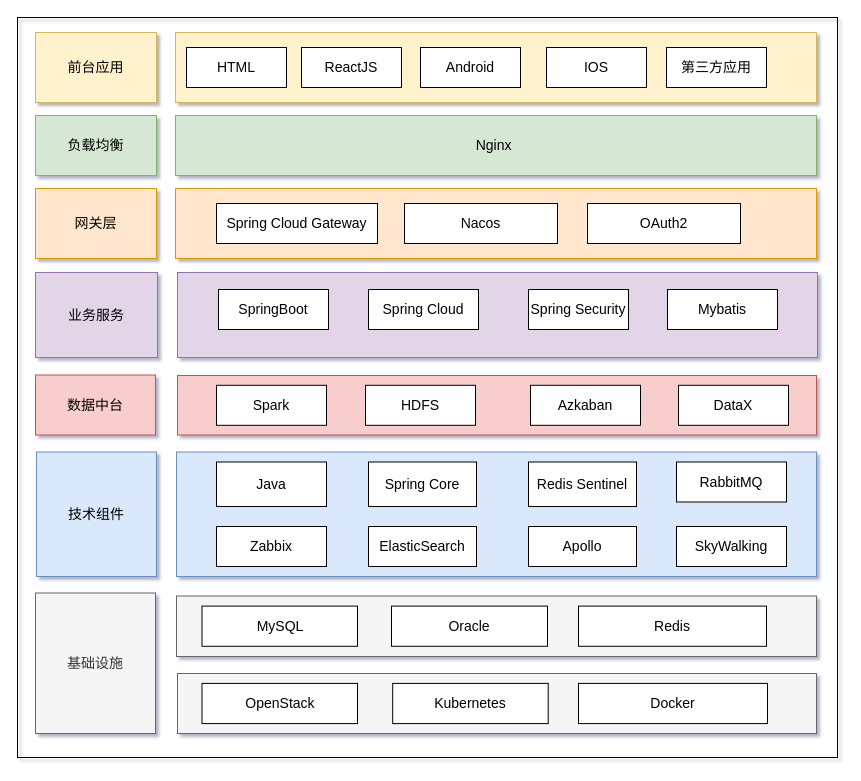
Above: 阿拉丁总体技术架构.drawio in huyunzhen/diagrams (draw.io), before the change. Source tidied: cells renumbered, new cells numbered last; positions are measured from the earlier drawing's top-left corner, leaving out a move shared by most shapes. Both pictures are drawn from the tidied source at 100%, with x=0, y=0 at pixel (17, 17).
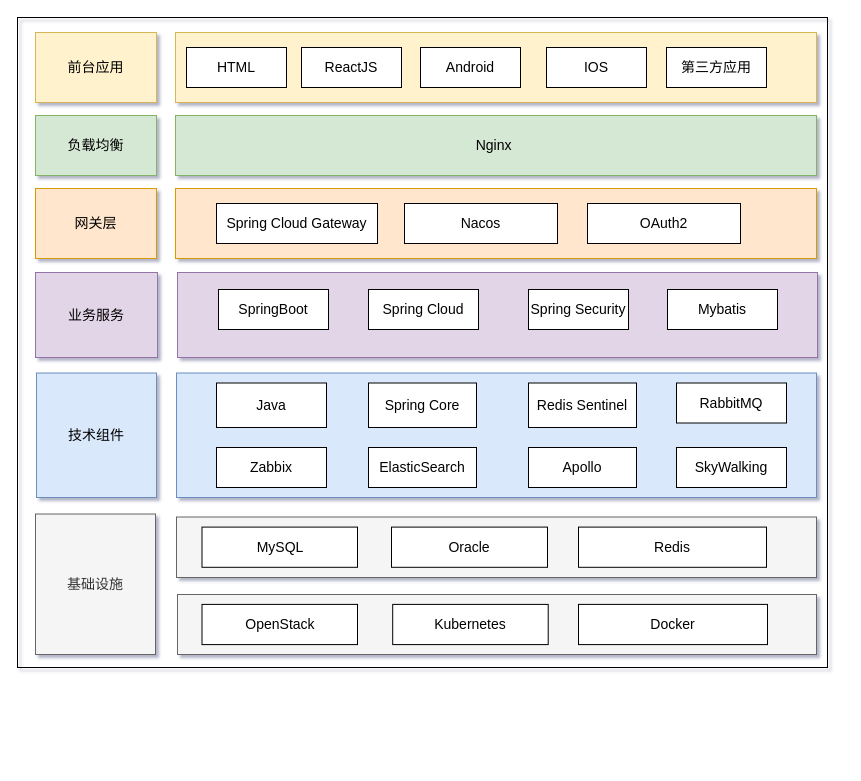
Above is the later version.

Commit message:
更新阿拉丁总体技术架构.drawio

Diff of the diagram source:
```diff
@@
     <mxCell id="2" style="rounded=0;whiteSpace=wrap;html=1;sketch=0;fontSize=13;labelBorderColor=none;fontColor=none;noLabel=1;fillColor=none;" parent="1" vertex="1">
-      <mxGeometry width="820" height="740" as="geometry" />
+      <mxGeometry width="810" height="650" as="geometry" />
     </mxCell>
     <mxCell id="3" value="技术组件" style="rounded=0;whiteSpace=wrap;html=1;fontSize=14;fillColor=#dae8fc;strokeColor=#6c8ebf;" parent="1" vertex="1">
-      <mxGeometry x="19" y="434.5" width="120" height="124.5" as="geometry" />
+      <mxGeometry x="19" y="355.5" width="120" height="124.5" as="geometry" />
     </mxCell>
     <mxCell id="4" style="rounded=0;whiteSpace=wrap;html=1;fontSize=14;fillColor=#dae8fc;strokeColor=#6c8ebf;" parent="1" vertex="1">
-      <mxGeometry x="159" y="434.5" width="640" height="124.5" as="geometry" />
+      <mxGeometry x="159" y="355.5" width="640" height="124.5" as="geometry" />
     </mxCell>
     <mxCell id="5" value="基础设施" style="rounded=0;whiteSpace=wrap;html=1;fontSize=14;fillColor=#f5f5f5;fontColor=#333333;strokeColor=#666666;" parent="1" vertex="1">
-      <mxGeometry x="18" y="575.5" width="120" height="140.5" as="geometry" />
+      <mxGeometry x="18" y="496.5" width="120" height="140.5" as="geometry" />
     </mxCell>
     <mxCell id="6" style="rounded=0;whiteSpace=wrap;html=1;fontSize=14;fillColor=#f5f5f5;strokeColor=#666666;fontColor=#333333;" parent="1" vertex="1">
-      <mxGeometry x="159" y="578.5" width="640" height="60.5" as="geometry" />
+      <mxGeometry x="159" y="499.5" width="640" height="60.5" as="geometry" />
     </mxCell>
@@
-    <mxCell id="10" style="rounded=0;whiteSpace=wrap;html=1;fontSize=14;fillColor=#f8cecc;strokeColor=#b85450;" parent="1" vertex="1">
-      <mxGeometry x="160" y="358" width="639" height="59.5" as="geometry" />
-    </mxCell>
@@
-    <mxCell id="21" value="数据中台" style="rounded=0;whiteSpace=wrap;html=1;fontSize=14;fillColor=#f8cecc;strokeColor=#b85450;" parent="1" vertex="1">
-      <mxGeometry x="18" y="357.5" width="120" height="60" as="geometry" />
-    </mxCell>
     <mxCell id="22" style="rounded=0;whiteSpace=wrap;html=1;fontFamily=Helvetica;fontSize=14;fillColor=#f5f5f5;strokeColor=#666666;fontColor=#333333;" parent="1" vertex="1">
-      <mxGeometry x="160" y="656" width="639" height="60" as="geometry" />
+      <mxGeometry x="160" y="577" width="639" height="60" as="geometry" />
     </mxCell>
@@
     <mxCell id="27" value="Java" style="rounded=0;whiteSpace=wrap;html=1;fontFamily=Helvetica;fontSize=14;" parent="1" vertex="1">
-      <mxGeometry x="199" y="444.5" width="110" height="44.5" as="geometry" />
+      <mxGeometry x="199" y="365.5" width="110" height="44.5" as="geometry" />
     </mxCell>
     <mxCell id="28" value="Spring Core" style="rounded=0;whiteSpace=wrap;html=1;fontFamily=Helvetica;fontSize=14;" parent="1" vertex="1">
-      <mxGeometry x="351" y="444.5" width="108" height="44.5" as="geometry" />
+      <mxGeometry x="351" y="365.5" width="108" height="44.5" as="geometry" />
     </mxCell>
     <mxCell id="29" value="RabbitMQ" style="rounded=0;whiteSpace=wrap;html=1;fontFamily=Helvetica;fontSize=14;" parent="1" vertex="1">
-      <mxGeometry x="659" y="444.5" width="110" height="40" as="geometry" />
+      <mxGeometry x="659" y="365.5" width="110" height="40" as="geometry" />
     </mxCell>
     <mxCell id="30" value="Redis Sentinel" style="rounded=0;whiteSpace=wrap;html=1;fontFamily=Helvetica;fontSize=14;" parent="1" vertex="1">
-      <mxGeometry x="511" y="444.5" width="108" height="44.5" as="geometry" />
+      <mxGeometry x="511" y="365.5" width="108" height="44.5" as="geometry" />
     </mxCell>
     <mxCell id="31" value="SkyWalking" style="rounded=0;whiteSpace=wrap;html=1;fontFamily=Helvetica;fontSize=14;" parent="1" vertex="1">
-      <mxGeometry x="659" y="509" width="110" height="40" as="geometry" />
+      <mxGeometry x="659" y="430" width="110" height="40" as="geometry" />
     </mxCell>
     <mxCell id="32" value="Zabbix" style="rounded=0;whiteSpace=wrap;html=1;fontFamily=Helvetica;fontSize=14;" parent="1" vertex="1">
-      <mxGeometry x="199" y="509" width="110" height="40" as="geometry" />
+      <mxGeometry x="199" y="430" width="110" height="40" as="geometry" />
     </mxCell>
     <mxCell id="33" value="ElasticSearch" style="rounded=0;whiteSpace=wrap;html=1;fontFamily=Helvetica;fontSize=14;" parent="1" vertex="1">
-      <mxGeometry x="351" y="509" width="108" height="40" as="geometry" />
+      <mxGeometry x="351" y="430" width="108" height="40" as="geometry" />
     </mxCell>
     <mxCell id="34" value="Apollo" style="rounded=0;whiteSpace=wrap;html=1;fontFamily=Helvetica;fontSize=14;" parent="1" vertex="1">
-      <mxGeometry x="511" y="509" width="108" height="40" as="geometry" />
+      <mxGeometry x="511" y="430" width="108" height="40" as="geometry" />
     </mxCell>
@@
     <mxCell id="38" value="MySQL" style="rounded=0;whiteSpace=wrap;html=1;fontFamily=Helvetica;fontSize=14;" parent="1" vertex="1">
-      <mxGeometry x="184.5" y="588.6" width="155.5" height="40.2" as="geometry" />
+      <mxGeometry x="184.5" y="509.6" width="155.5" height="40.2" as="geometry" />
     </mxCell>
     <mxCell id="39" value="Redis" style="rounded=0;whiteSpace=wrap;html=1;fontFamily=Helvetica;fontSize=14;" parent="1" vertex="1">
-      <mxGeometry x="561" y="588.6" width="188" height="40.2" as="geometry" />
+      <mxGeometry x="561" y="509.6" width="188" height="40.2" as="geometry" />
     </mxCell>
-    <mxCell id="40" value="Spark" style="rounded=0;whiteSpace=wrap;html=1;fontFamily=Helvetica;fontSize=14;" parent="1" vertex="1">
-      <mxGeometry x="199" y="367.8" width="110" height="40" as="geometry" />
-    </mxCell>
-    <mxCell id="41" value="HDFS" style="rounded=0;whiteSpace=wrap;html=1;fontFamily=Helvetica;fontSize=14;" parent="1" vertex="1">
-      <mxGeometry x="348" y="367.8" width="110" height="40" as="geometry" />
-    </mxCell>
-    <mxCell id="42" value="Azkaban" style="rounded=0;whiteSpace=wrap;html=1;fontFamily=Helvetica;fontSize=14;" parent="1" vertex="1">
-      <mxGeometry x="513" y="367.8" width="110" height="40" as="geometry" />
-    </mxCell>
-    <mxCell id="43" value="DataX" style="rounded=0;whiteSpace=wrap;html=1;fontFamily=Helvetica;fontSize=14;" parent="1" vertex="1">
-      <mxGeometry x="661" y="367.8" width="110" height="40" as="geometry" />
-    </mxCell>
     <mxCell id="44" value="Oracle" style="rounded=0;whiteSpace=wrap;html=1;fontFamily=Helvetica;fontSize=14;" parent="1" vertex="1">
-      <mxGeometry x="374" y="588.6" width="156" height="40.2" as="geometry" />
+      <mxGeometry x="374" y="509.6" width="156" height="40.2" as="geometry" />
     </mxCell>
@@
     <mxCell id="46" value="OpenStack" style="rounded=0;whiteSpace=wrap;html=1;fontFamily=Helvetica;fontSize=14;" parent="1" vertex="1">
-      <mxGeometry x="184.5" y="665.9" width="155.5" height="40.2" as="geometry" />
+      <mxGeometry x="184.5" y="586.9" width="155.5" height="40.2" as="geometry" />
     </mxCell>
     <mxCell id="47" value="Kubernetes" style="rounded=0;whiteSpace=wrap;html=1;fontFamily=Helvetica;fontSize=14;" parent="1" vertex="1">
-      <mxGeometry x="375.2" y="665.9" width="155.5" height="40.2" as="geometry" />
+      <mxGeometry x="375.2" y="586.9" width="155.5" height="40.2" as="geometry" />
     </mxCell>
     <mxCell id="48" value="Docker" style="rounded=0;whiteSpace=wrap;html=1;fontFamily=Helvetica;fontSize=14;" parent="1" vertex="1">
-      <mxGeometry x="561" y="665.9" width="189" height="40.2" as="geometry" />
+      <mxGeometry x="561" y="586.9" width="189" height="40.2" as="geometry" />
     </mxCell>
```
